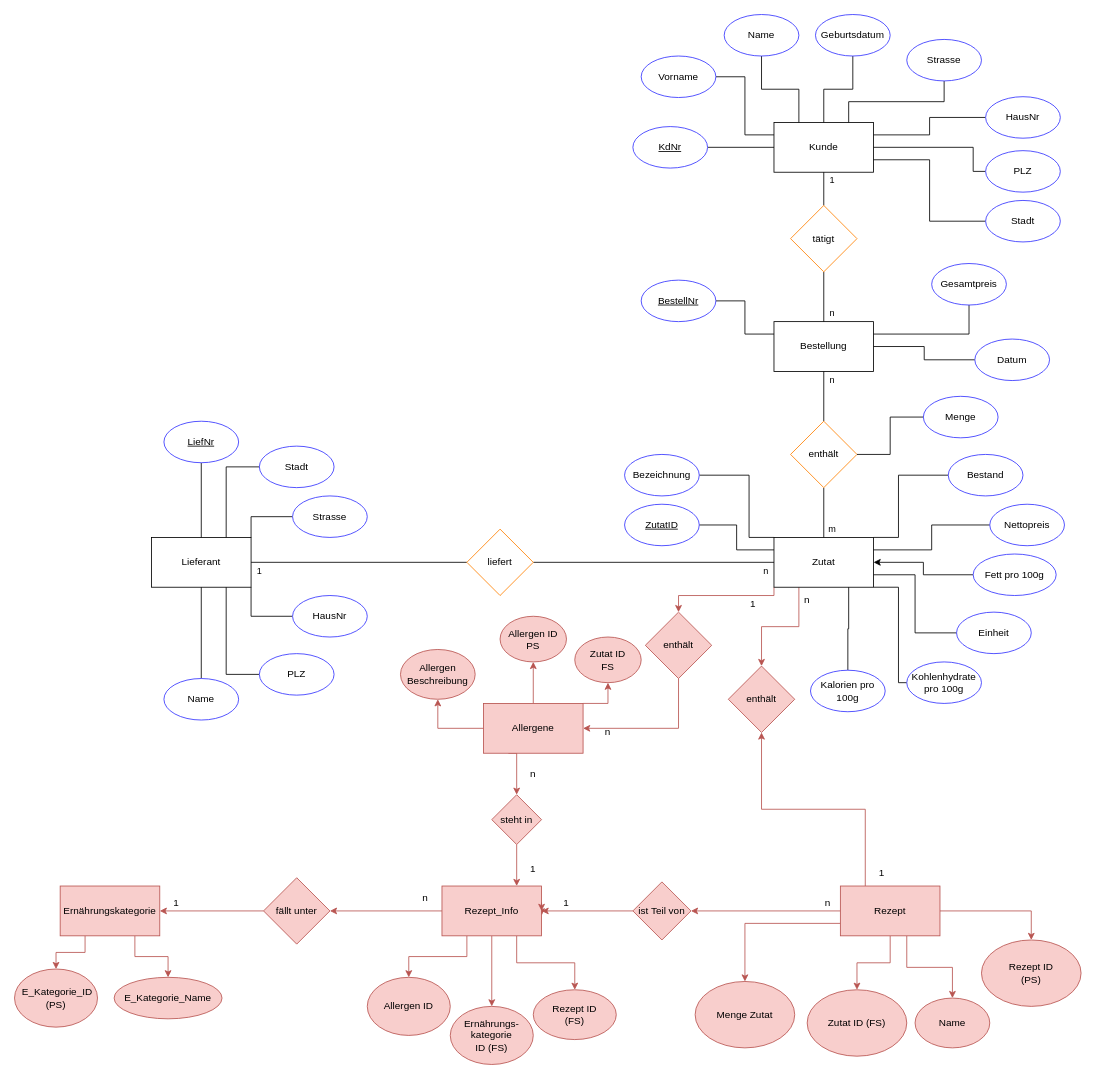
The draw.io diagram ERD-IST-Zustand.drawio in panchord/Draw.io, before the edit. Source tidied: cells renumbered, new cells numbered last; positions are measured from the earlier drawing's top-left corner, leaving out a move shared by most shapes. Both pictures are drawn from the tidied source at 83%, with x=0, y=0 at pixel (14, 14).
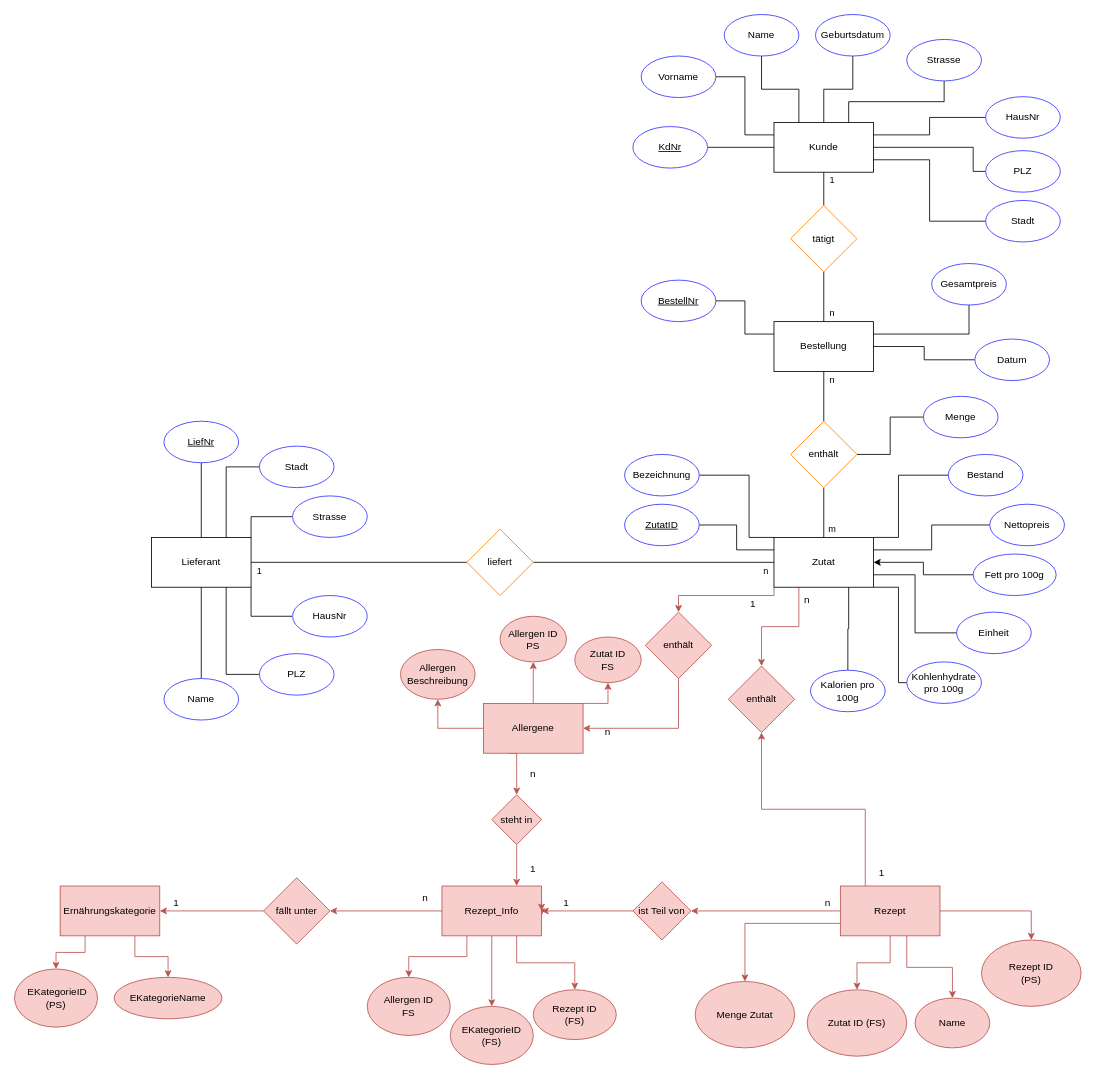
Above is the later version.

What changed in the source:
```diff
@@
-    <mxCell id="94" value="&amp;nbsp;E_Kategorie_ID&lt;div&gt;(PS)&lt;/div&gt;" style="ellipse;whiteSpace=wrap;html=1;fillColor=#f8cecc;strokeColor=#b85450;" parent="1" vertex="1">
+    <mxCell id="94" value="&amp;nbsp;EKategorieID&lt;div&gt;(PS)&lt;/div&gt;" style="ellipse;whiteSpace=wrap;html=1;fillColor=#f8cecc;strokeColor=#b85450;" parent="1" vertex="1">
       <mxGeometry y="1150" width="100" height="70" as="geometry" />
     </mxCell>
-    <mxCell id="95" value="E_Kategorie_Name" style="ellipse;whiteSpace=wrap;html=1;fillColor=#f8cecc;strokeColor=#b85450;" parent="1" vertex="1">
+    <mxCell id="95" value="EKategorieName" style="ellipse;whiteSpace=wrap;html=1;fillColor=#f8cecc;strokeColor=#b85450;" parent="1" vertex="1">
       <mxGeometry x="120" y="1160" width="130" height="50" as="geometry" />
     </mxCell>
-    <mxCell id="96" value="Ernährungs-&lt;div&gt;kategorie&lt;div&gt;ID (FS)&lt;/div&gt;&lt;/div&gt;" style="ellipse;whiteSpace=wrap;html=1;fillColor=#f8cecc;strokeColor=#b85450;" parent="1" vertex="1">
+    <mxCell id="96" value="EK&lt;span style=&quot;background-color: initial;&quot;&gt;ategorie&lt;/span&gt;&lt;span style=&quot;background-color: initial;&quot;&gt;ID (FS)&lt;/span&gt;" style="ellipse;whiteSpace=wrap;html=1;fillColor=#f8cecc;strokeColor=#b85450;" parent="1" vertex="1">
       <mxGeometry x="525" y="1195" width="100" height="70" as="geometry" />
     </mxCell>
-    <mxCell id="97" value="Allergen ID" style="ellipse;whiteSpace=wrap;html=1;fillColor=#f8cecc;strokeColor=#b85450;" parent="1" vertex="1">
+    <mxCell id="97" value="Allergen ID&lt;div&gt;FS&lt;/div&gt;" style="ellipse;whiteSpace=wrap;html=1;fillColor=#f8cecc;strokeColor=#b85450;" parent="1" vertex="1">
       <mxGeometry x="425" y="1160" width="100" height="70" as="geometry" />
     </mxCell>
```
